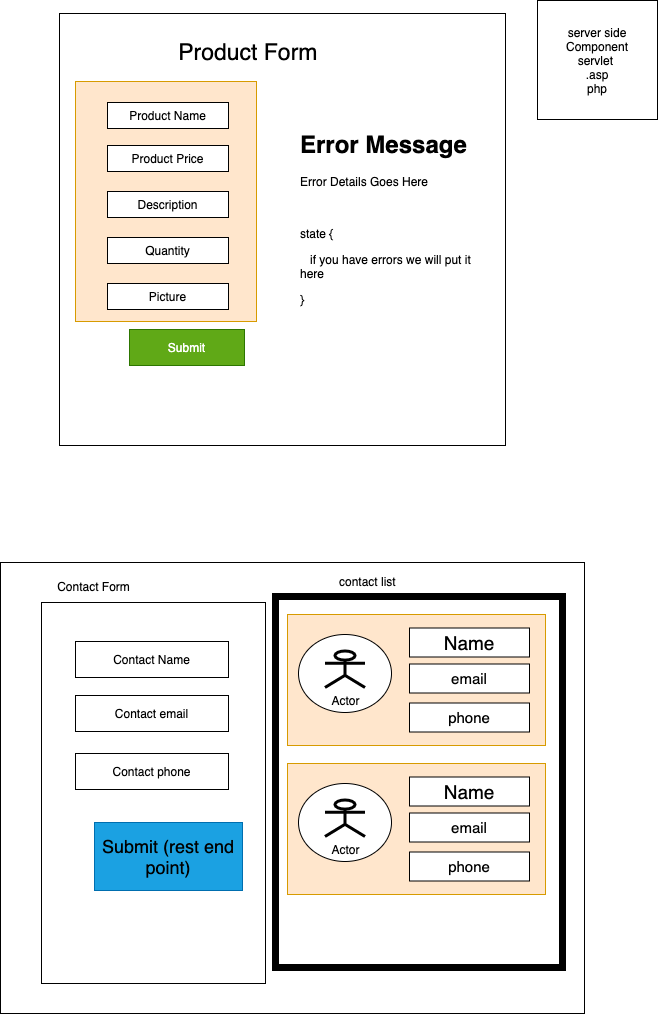
The draw.io diagram images/19-react-forms.drawio.png in adithnaveen/sapient-freshers-2021-jun-asde, before a commit. Source tidied: cells renumbered, new cells last; positions are measured from the earlier drawing's top-left corner, leaving out a move shared by most shapes.
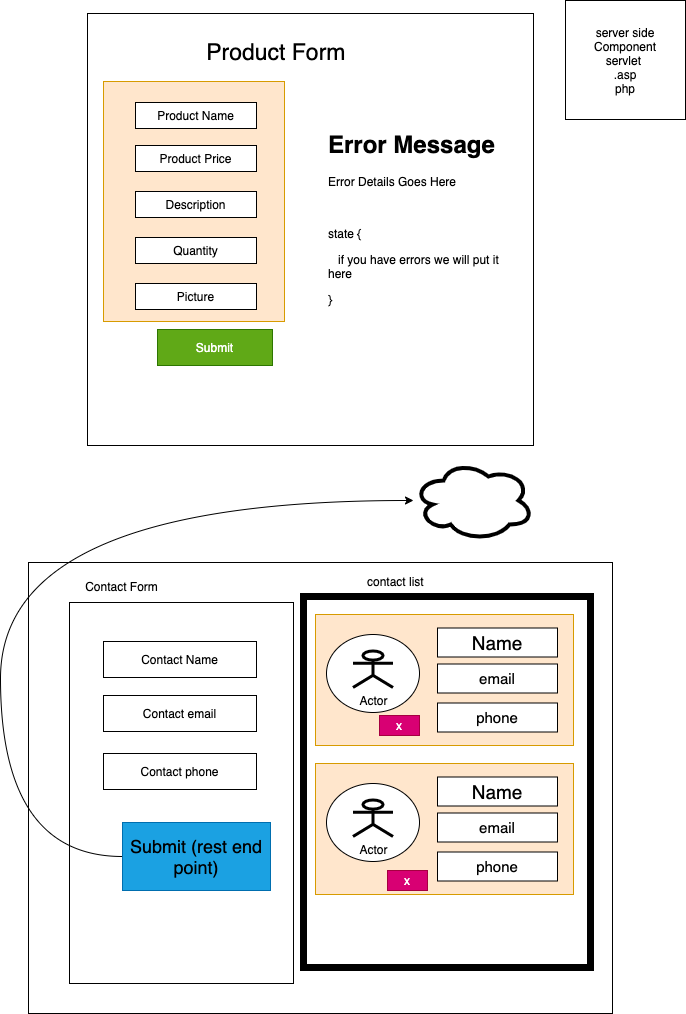
Above is the later version.

The edit, as a diff of the source:
```diff
@@ -53,6 +53,14 @@
     <mxCell id="18" value="Contact phone" style="rounded=0;whiteSpace=wrap;html=1;" parent="1" vertex="1">
       <mxGeometry x="75" y="753" width="153" height="36" as="geometry" />
     </mxCell>
+    <mxCell id="34" style="edgeStyle=orthogonalEdgeStyle;curved=1;rounded=0;jettySize=auto;html=1;" parent="1" edge="1" source="19" target="35">
+      <mxGeometry relative="1" as="geometry">
+        <Array as="points">
+          <mxPoint x="-28" y="856" />
+          <mxPoint x="-28" y="500" />
+        </Array>
+      </mxGeometry>
+    </mxCell>
     <mxCell id="19" value="&lt;font style=&quot;font-size: 18px&quot; color=&quot;#000000&quot;&gt;Submit (rest end point)&lt;/font&gt;" style="rounded=0;whiteSpace=wrap;html=1;fillColor=#1ba1e2;strokeColor=#006EAF;fontColor=#ffffff;" parent="1" vertex="1">
       <mxGeometry x="94" y="822" width="148" height="68" as="geometry" />
     </mxCell>
@@ -98,5 +106,14 @@
     <mxCell id="33" value="contact list&amp;nbsp;" style="text;html=1;strokeColor=none;fillColor=none;align=center;verticalAlign=middle;whiteSpace=wrap;rounded=0;" parent="1" vertex="1">
       <mxGeometry x="290" y="571" width="158" height="20" as="geometry" />
     </mxCell>
+    <mxCell id="35" style="ellipse;shape=cloud;whiteSpace=wrap;html=1;strokeWidth=4;" parent="1" vertex="1">
+      <mxGeometry x="385" y="460" width="120" height="80" as="geometry" />
+    </mxCell>
+    <mxCell id="36" value="x" style="text;html=1;strokeColor=#A50040;fillColor=#d80073;align=center;verticalAlign=middle;whiteSpace=wrap;rounded=0;fontColor=#ffffff;" parent="1" vertex="1">
+      <mxGeometry x="351" y="715" width="40" height="20" as="geometry" />
+    </mxCell>
+    <mxCell id="37" value="x" style="text;html=1;strokeColor=#A50040;fillColor=#d80073;align=center;verticalAlign=middle;whiteSpace=wrap;rounded=0;fontColor=#ffffff;" parent="1" vertex="1">
+      <mxGeometry x="359" y="870" width="40" height="20" as="geometry" />
+    </mxCell>
   </root>
 </mxGraphModel>
```
